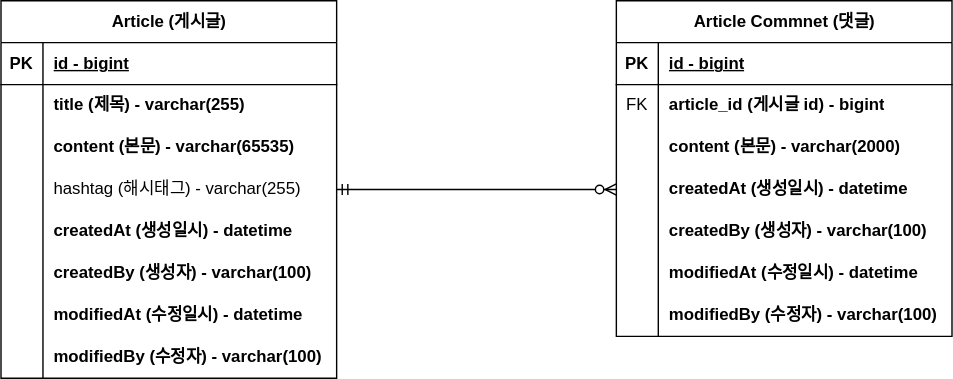
Above: document/project-board-erd.svg in LE2HE/fastcampus-project-board (draw.io), before the change. Source tidied: cells renumbered, new cells last; positions are measured from the earlier drawing's top-left corner, leaving out a move shared by most shapes.
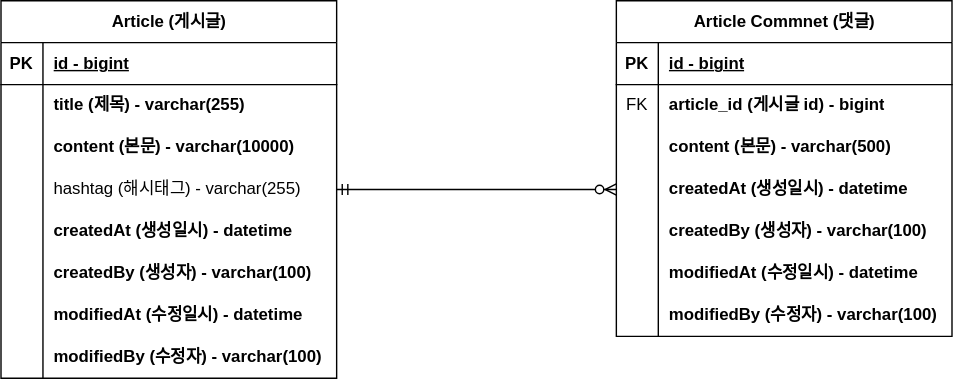
After the commit.

Commit message:
Docs #11 - ERD 업데이트 : content 사이즈 변경

Diff of the diagram source:
```diff
@@ -29,7 +29,7 @@
     <mxCell id="10" style="shape=partialRectangle;fillColor=none;top=0;left=0;bottom=0;right=0;overflow=hidden;whiteSpace=wrap;html=1;" parent="9" vertex="1">
       <mxGeometry width="30" height="30" as="geometry" />
     </mxCell>
-    <mxCell id="11" value="content (본문) - varchar(65535)" style="shape=partialRectangle;fillColor=none;top=0;left=0;bottom=0;right=0;align=left;spacingLeft=6;overflow=hidden;whiteSpace=wrap;html=1;fontStyle=1;" parent="9" vertex="1">
+    <mxCell id="11" value="content (본문) - varchar(10000)" style="shape=partialRectangle;fillColor=none;top=0;left=0;bottom=0;right=0;align=left;spacingLeft=6;overflow=hidden;whiteSpace=wrap;html=1;fontStyle=1;" parent="9" vertex="1">
       <mxGeometry x="30" width="210" height="30" as="geometry" />
     </mxCell>
     <mxCell id="12" style="shape=tableRow;horizontal=0;startSize=0;swimlaneHead=0;swimlaneBody=0;fillColor=none;points=[[0,0.5],[1,0.5]];portConstraint=eastwest;top=0;left=0;right=0;bottom=0;" parent="2" vertex="1">
@@ -104,7 +104,7 @@
     <mxCell id="35" style="shape=partialRectangle;fillColor=none;top=0;left=0;bottom=0;right=0;overflow=hidden;whiteSpace=wrap;html=1;" parent="34" vertex="1">
       <mxGeometry width="30" height="30" as="geometry" />
     </mxCell>
-    <mxCell id="36" value="content (본문) - varchar(2000)" style="shape=partialRectangle;fillColor=none;top=0;left=0;bottom=0;right=0;align=left;spacingLeft=6;overflow=hidden;whiteSpace=wrap;html=1;fontStyle=1;" parent="34" vertex="1">
+    <mxCell id="36" value="content (본문) - varchar(500)" style="shape=partialRectangle;fillColor=none;top=0;left=0;bottom=0;right=0;align=left;spacingLeft=6;overflow=hidden;whiteSpace=wrap;html=1;fontStyle=1;" parent="34" vertex="1">
       <mxGeometry x="30" width="210" height="30" as="geometry" />
     </mxCell>
     <mxCell id="37" style="shape=tableRow;horizontal=0;startSize=0;swimlaneHead=0;swimlaneBody=0;fillColor=none;points=[[0,0.5],[1,0.5]];portConstraint=eastwest;top=0;left=0;right=0;bottom=0;" parent="27" vertex="1">
```
